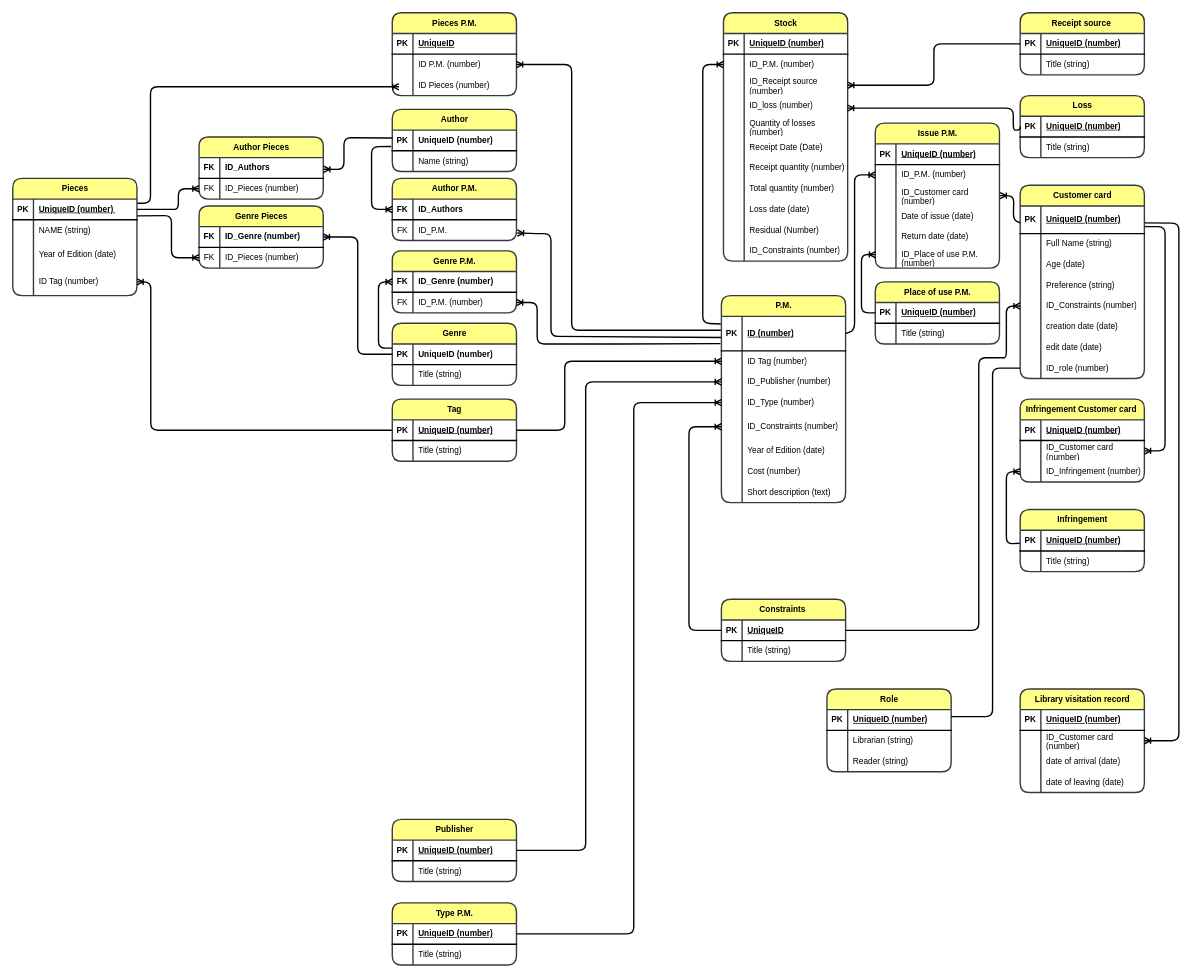
Before: page "Страница — 2" (2 of 3) of Диаграмма без названия.drawio in whoIsJhonGalt/repFirst, a draw.io diagram. Source tidied: cells renumbered, new cells numbered last; positions are measured from the earlier drawing's top-left corner, leaving out a move shared by most shapes. Both pictures are drawn from the tidied source at 69%, with x=0, y=0 at pixel (12, 12).
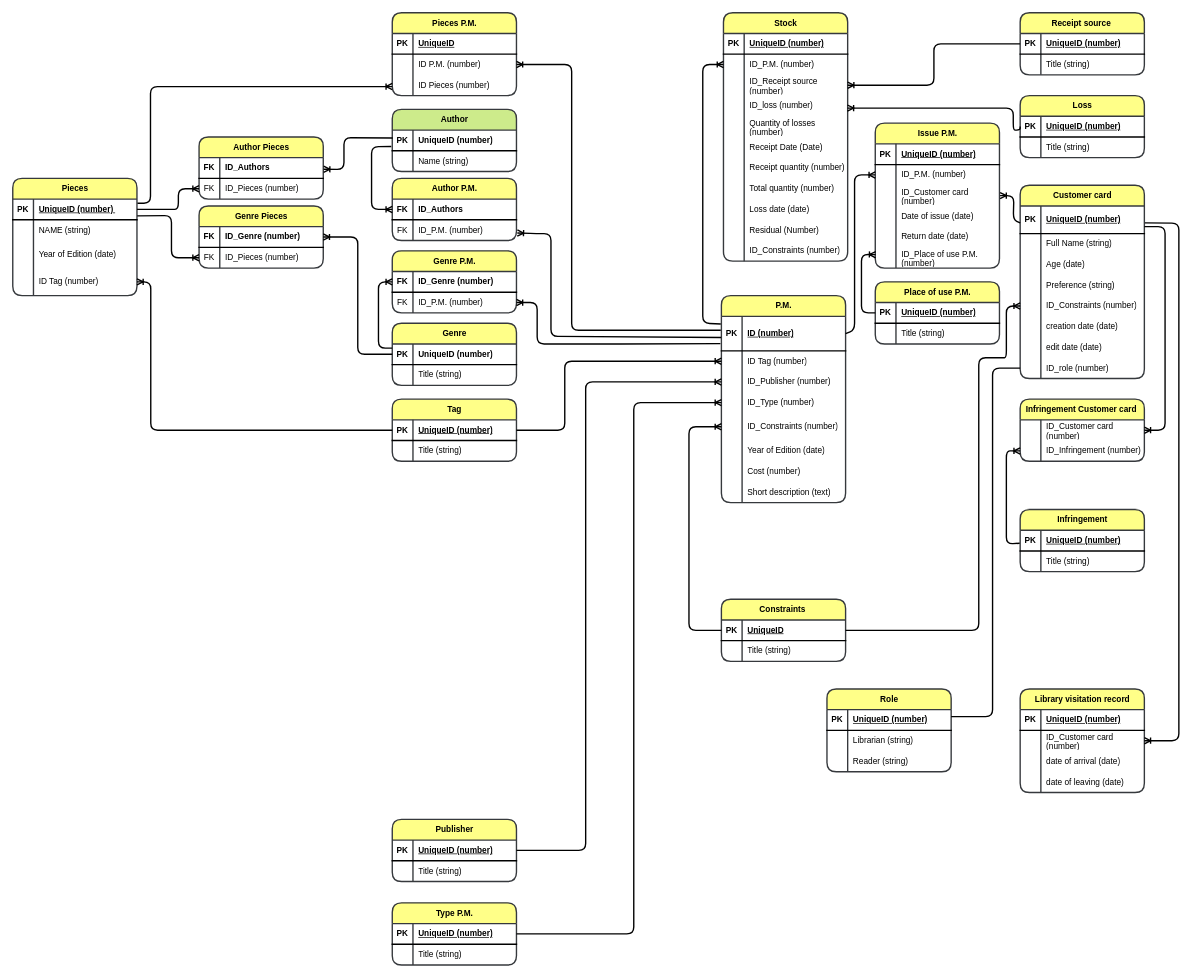
Above is the later version.

Unchanged cells that the change refers to:
```xml
<mxCell id="56" style="shape=tableRow;horizontal=1;startSize=0;swimlaneHead=0;swimlaneBody=0;points=[[0,0.5],[1,0.5]];portConstraint=eastwest;top=0;left=0;right=0;bottom=1;rounded=0;labelBackgroundColor=none;strokeWidth=2;shadow=0;fontFamily=Helvetica;verticalAlign=middle;fontSize=12;swimlaneLine=1;fillColor=none;" parent="55" vertex="1">
  <mxGeometry y="30" width="180" height="30" as="geometry" />
</mxCell>
<mxCell id="158" style="shape=tableRow;horizontal=1;startSize=0;swimlaneHead=0;swimlaneBody=0;points=[[0,0.5],[1,0.5]];portConstraint=eastwest;top=0;left=0;right=0;bottom=1;rounded=0;labelBackgroundColor=none;strokeWidth=2;shadow=0;fontFamily=Helvetica;verticalAlign=middle;fontSize=12;swimlaneLine=1;fillColor=none;" parent="157" vertex="1">
  <mxGeometry y="30" width="180" height="30" as="geometry" />
</mxCell>
<mxCell id="254" style="shape=tableRow;horizontal=1;startSize=0;swimlaneHead=0;swimlaneBody=0;points=[[0,0.5],[1,0.5]];portConstraint=eastwest;top=0;left=0;right=0;bottom=0;rounded=0;labelBackgroundColor=none;strokeWidth=2;shadow=0;fontFamily=Helvetica;verticalAlign=middle;fontSize=12;swimlaneLine=1;fillColor=none;" parent="250" vertex="1">
  <mxGeometry y="60" width="180" height="30" as="geometry" />
</mxCell>
```

Diff of the diagram source:
```diff
@@
-    <mxCell id="27" value="Author" style="shape=table;startSize=30;childLayout=tableLayout;rowLines=0;fontStyle=1;align=center;html=1;rounded=1;labelBackgroundColor=none;strokeWidth=2;shadow=0;fontFamily=Helvetica;verticalAlign=middle;horizontal=1;fontSize=12;swimlaneLine=1;fillColor=#ffff88;strokeColor=#36393d;" parent="1" vertex="1">
+    <mxCell id="27" value="Author" style="shape=table;startSize=30;childLayout=tableLayout;rowLines=0;fontStyle=1;align=center;html=1;rounded=1;labelBackgroundColor=none;strokeWidth=2;shadow=0;fontFamily=Helvetica;verticalAlign=middle;horizontal=1;fontSize=12;swimlaneLine=1;fillColor=#cdeb8b;strokeColor=#36393d;" parent="1" vertex="1">
       <mxGeometry x="550" y="140" width="180" height="90" as="geometry" />
     </mxCell>
@@
-    <mxCell id="217" style="edgeStyle=elbowEdgeStyle;fontSize=12;html=1;endArrow=ERoneToMany;rounded=1;exitX=1.004;exitY=0.2;exitDx=0;exitDy=0;entryX=0;entryY=0.5;entryDx=0;entryDy=0;strokeWidth=2;shadow=0;exitPerimeter=0;" parent="1" edge="1" source="56">
+    <mxCell id="217" style="edgeStyle=elbowEdgeStyle;fontSize=12;html=1;endArrow=ERoneToMany;rounded=1;exitX=1.004;exitY=0.2;exitDx=0;exitDy=0;strokeWidth=2;shadow=0;exitPerimeter=0;" parent="1" edge="1" source="56">
       <mxGeometry relative="1" as="geometry">
-        <mxPoint x="559.6" y="107.3" as="targetPoint" />
+        <mxPoint x="550" y="107" as="targetPoint" />
         <Array as="points">
           <mxPoint x="199.6" y="182.3" />
         </Array>
       </mxGeometry>
     </mxCell>
@@
     <mxCell id="222" value="Infringement Customer card&amp;nbsp;" style="shape=table;startSize=30;childLayout=tableLayout;rowLines=0;fontStyle=1;align=center;html=1;rounded=1;labelBackgroundColor=none;strokeWidth=2;shadow=0;fontFamily=Helvetica;verticalAlign=middle;horizontal=1;fontSize=12;swimlaneLine=1;fillColor=#ffff88;strokeColor=#36393d;" parent="1" vertex="1">
-      <mxGeometry x="1460" y="560" width="180" height="120" as="geometry" />
+      <mxGeometry x="1460" y="560" width="180" height="90" as="geometry" />
     </mxCell>
-    <mxCell id="223" style="shape=tableRow;horizontal=1;startSize=0;swimlaneHead=0;swimlaneBody=0;top=0;left=0;right=0;bottom=1;rounded=0;labelBackgroundColor=none;strokeWidth=2;shadow=0;fontFamily=Helvetica;verticalAlign=middle;fontSize=12;swimlaneLine=1;fillColor=none;" parent="222" vertex="1">
-      <mxGeometry y="30" width="180" height="30" as="geometry" />
-    </mxCell>
-    <mxCell id="224" value="PK" style="shape=partialRectangle;top=0;left=0;bottom=0;right=0;fontStyle=1;overflow=hidden;whiteSpace=wrap;html=1;rounded=0;labelBackgroundColor=none;strokeWidth=2;shadow=0;fontFamily=Helvetica;verticalAlign=middle;horizontal=1;fontSize=12;swimlaneLine=1;fillColor=none;" parent="223" vertex="1">
-      <mxGeometry width="30" height="30" as="geometry" />
-    </mxCell>
-    <mxCell id="225" value="UniqueID (number)" style="shape=partialRectangle;top=0;left=0;bottom=0;right=0;align=left;spacingLeft=6;fontStyle=5;overflow=hidden;whiteSpace=wrap;html=1;rounded=0;labelBackgroundColor=none;strokeWidth=2;shadow=0;fontFamily=Helvetica;verticalAlign=middle;horizontal=1;fontSize=12;swimlaneLine=1;fillColor=none;" parent="223" vertex="1">
-      <mxGeometry x="30" width="150" height="30" as="geometry" />
-    </mxCell>
     <mxCell id="226" style="shape=tableRow;horizontal=1;startSize=0;swimlaneHead=0;swimlaneBody=0;points=[[0,0.5],[1,0.5]];portConstraint=eastwest;top=0;left=0;right=0;bottom=0;rounded=0;labelBackgroundColor=none;strokeWidth=2;shadow=0;fontFamily=Helvetica;verticalAlign=middle;fontSize=12;swimlaneLine=1;fillColor=none;" parent="222" vertex="1">
-      <mxGeometry y="60" width="180" height="30" as="geometry" />
+      <mxGeometry y="30" width="180" height="30" as="geometry" />
     </mxCell>
@@
     <mxCell id="229" style="shape=tableRow;horizontal=1;startSize=0;swimlaneHead=0;swimlaneBody=0;points=[[0,0.5],[1,0.5]];portConstraint=eastwest;top=0;left=0;right=0;bottom=0;rounded=0;labelBackgroundColor=none;strokeWidth=2;shadow=0;fontFamily=Helvetica;verticalAlign=middle;fontSize=12;swimlaneLine=1;fillColor=none;" parent="222" vertex="1">
-      <mxGeometry y="90" width="180" height="30" as="geometry" />
+      <mxGeometry y="60" width="180" height="30" as="geometry" />
     </mxCell>
@@
     <mxCell id="232" style="fontSize=12;html=1;endArrow=ERoneToMany;rounded=1;labelBackgroundColor=default;strokeColor=default;strokeWidth=2;align=center;verticalAlign=middle;fontFamily=Helvetica;fontColor=default;startSize=30;shape=connector;entryX=0;entryY=0.5;entryDx=0;entryDy=0;exitX=-0.004;exitY=0.625;exitDx=0;exitDy=0;exitPerimeter=0;" parent="1" edge="1" source="158" target="229">
       <mxGeometry relative="1" as="geometry">
         <Array as="points">
           <mxPoint x="1440" y="770" />
           <mxPoint x="1440" y="740" />
-          <mxPoint x="1440" y="665" />
+          <mxPoint x="1440" y="635" />
+          <mxPoint x="1450" y="635" />
         </Array>
       </mxGeometry>
     </mxCell>
@@
-    <mxCell id="256" value="ID_P.M." style="shape=partialRectangle;top=0;left=0;bottom=0;right=0;align=left;spacingLeft=6;overflow=hidden;whiteSpace=wrap;html=1;rounded=0;labelBackgroundColor=none;strokeWidth=2;shadow=0;fontFamily=Helvetica;verticalAlign=middle;horizontal=1;fontSize=12;swimlaneLine=1;fillColor=none;" parent="254" vertex="1">
+    <mxCell id="256" value="ID_P.M. (number)" style="shape=partialRectangle;top=0;left=0;bottom=0;right=0;align=left;spacingLeft=6;overflow=hidden;whiteSpace=wrap;html=1;rounded=0;labelBackgroundColor=none;strokeWidth=2;shadow=0;fontFamily=Helvetica;verticalAlign=middle;horizontal=1;fontSize=12;swimlaneLine=1;fillColor=none;" parent="254" vertex="1">
       <mxGeometry x="30" width="150" height="30" as="geometry" />
     </mxCell>
```
